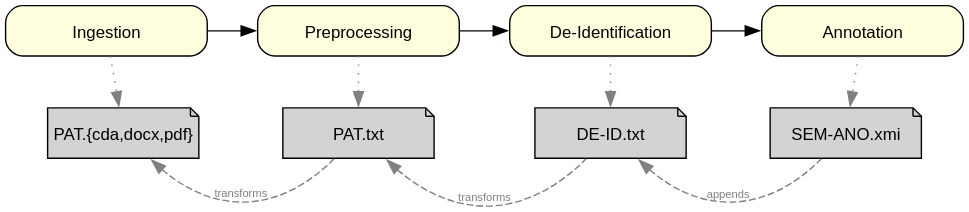
This is input/plantuml/NLP-Pipeline.svg from forschungsgruppe-digital-health/mii-kds-dokument-ig-inoffiziell, a PlantUML export, as it was before one commit. Its source is kept beside it as input/plantuml/NLP-Pipeline.puml. Source of this version:
```plantuml
@startdot "NLP-Pipeline"
digraph pipeline {
    splines=true
    node [
        fixedsize=true
        width=2
        fontname="sans-serif"
        fontsize=12
    ]
    edge [
        fontname="sans-serif"
        fontsize=8
        style=dotted
        color=grey
        fontcolor=grey
    ]

    subgraph phases {
        rank=same
        splines=curved
        node [
            style="filled,rounded"
            shape=box
            fillcolor=lightyellow
        ]
        edge [
            style=solid
            color=default
            fontcolor=default
        ]

        s1 [label="Ingestion"]
        s2 [label="Preprocessing"]
        s3 [label="De-Identification"]
        s4 [label="Annotation"]
        s1 -> s2 -> s3 -> s4
    }

    subgraph results {
        rank=same
        node [
            style=filled
            shape=note
            fillcolor=lightgrey
            width=1.5
        ]
        edge [
            dir=back
            style=dashed
            headport=sw
            tailport=se
        ]

        r1 [label="PAT.{cda,docx,pdf}"]
        r2 [label="PAT.txt"]
        r3 [label="DE-ID.txt"]
        r4 [label="SEM-ANO.xmi"]

        r1 -> r2 [label="transforms"]
        r2 -> r3 [label="transforms"]
        r3 -> r4 [label="appends"]
    }

    s1 -> r1 [label="unprocessed"]
    s2 -> r2 [label="preprocessed"]
    s3 -> r3 [label="de-identified"]
    s4 -> r4 [label="annotated"]
}
@enddot
```
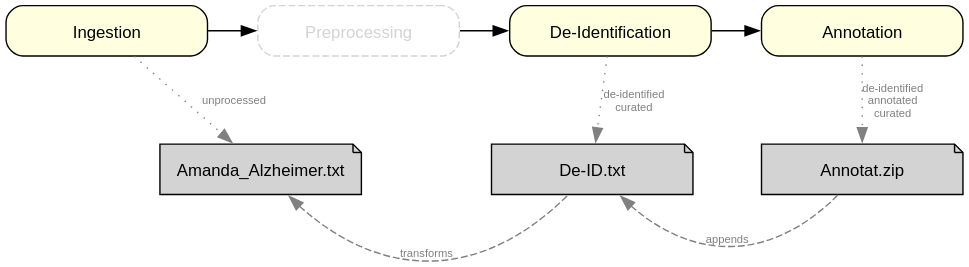
After the commit.

Change to the diagram source:
```diff
@@ -15,9 +15,9 @@
         fontcolor=grey
     ]
 
-    subgraph phases {
+    subgraph steps {
         rank=same
-        splines=curved
+        splines=line
         node [
             style="filled,rounded"
             shape=box
@@ -30,7 +30,12 @@
         ]
 
         s1 [label="Ingestion"]
-        s2 [label="Preprocessing"]
+        s2 [
+            label="Preprocessing"
+            style="dashed,rounded"
+            color=lightgrey
+            fontcolor=lightgrey
+        ]
         s3 [label="De-Identification"]
         s4 [label="Annotation"]
         s1 -> s2 -> s3 -> s4
@@ -38,11 +43,12 @@
 
     subgraph results {
         rank=same
+        splines=curved
         node [
             style=filled
             shape=note
             fillcolor=lightgrey
-            width=1.5
+            width=2
         ]
         edge [
             dir=back
@@ -51,19 +57,16 @@
             tailport=se
         ]
 
-        r1 [label="PAT.{cda,docx,pdf}"]
-        r2 [label="PAT.txt"]
-        r3 [label="DE-ID.txt"]
-        r4 [label="SEM-ANO.xmi"]
+        r1 [label="Amanda_Alzheimer.txt"]
+        r3 [label="De-ID.txt"]
+        r4 [label="Annotat.zip"]
 
-        r1 -> r2 [label="transforms"]
-        r2 -> r3 [label="transforms"]
+        r1 -> r3 [label="transforms"]
         r3 -> r4 [label="appends"]
     }
 
     s1 -> r1 [label="unprocessed"]
-    s2 -> r2 [label="preprocessed"]
-    s3 -> r3 [label="de-identified"]
-    s4 -> r4 [label="annotated"]
+    s3 -> r3 [label="de-identified\ncurated"]
+    s4 -> r4 [label="de-identified\nannotated\ncurated"]
 }
 @enddot
```
